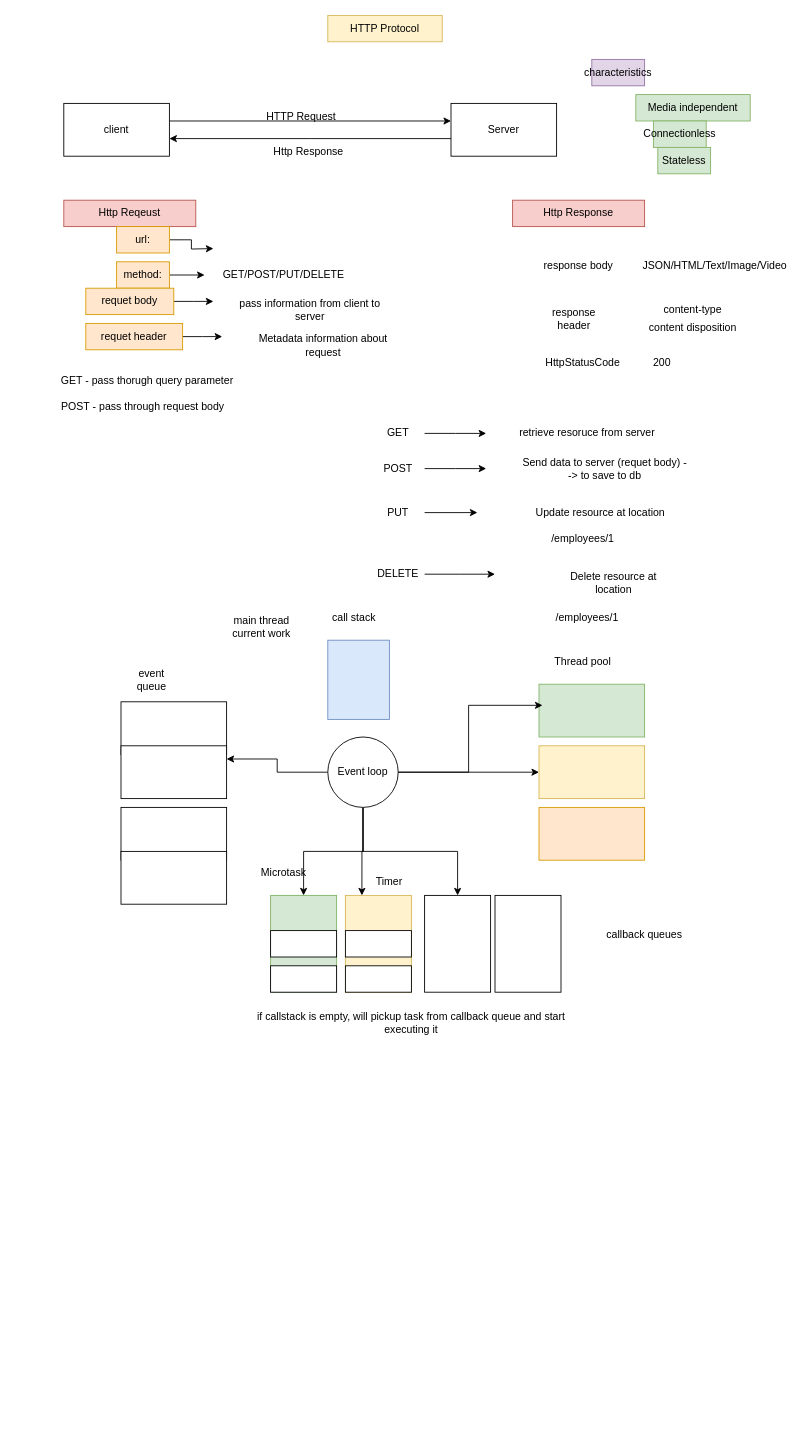
Above: page "Nodejs" (2 of 2) of mongodb_architecture.drawio in dhruvikp/PURDUE_Jan2026 (draw.io), before the change. Source tidied: cells renumbered, new cells numbered last; positions are measured from the earlier drawing's top-left corner, leaving out a move shared by most shapes. Both pictures are drawn from the tidied source at 88%, with x=0, y=0 at pixel (15, 15).
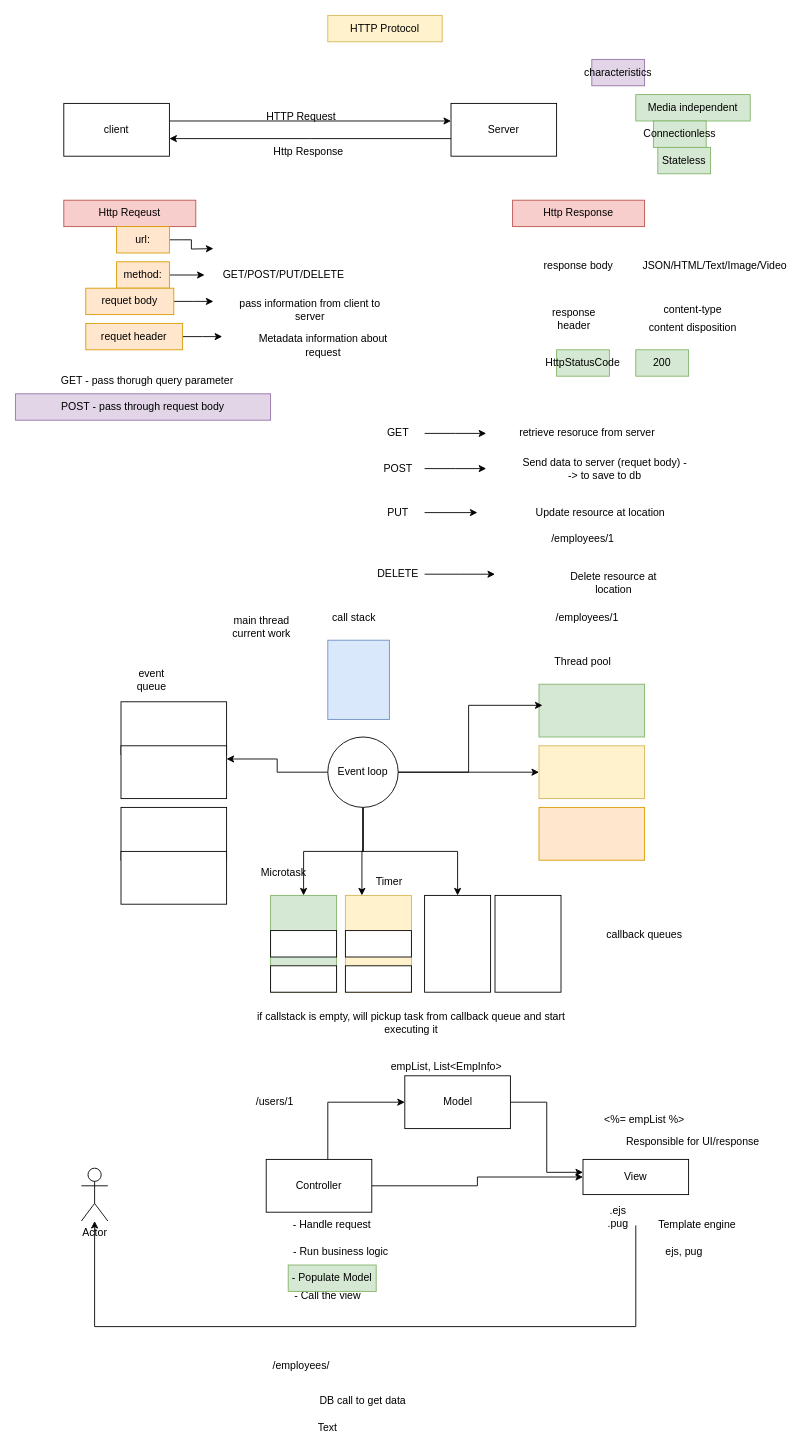
The same diagram, later.

What changed in the source:
```diff
@@
-    <mxCell id="19" value="POST - pass through request body" style="text;html=1;whiteSpace=wrap;strokeColor=none;fillColor=none;align=center;verticalAlign=middle;rounded=0;" parent="1" vertex="1">
+    <mxCell id="19" value="POST - pass through request body" style="text;html=1;whiteSpace=wrap;strokeColor=#9673a6;fillColor=#e1d5e7;align=center;verticalAlign=middle;rounded=0;" parent="1" vertex="1">
       <mxGeometry y="430" width="290" height="30" as="geometry" />
     </mxCell>
@@
-    <mxCell id="48" value="HttpStatusCode" style="text;html=1;whiteSpace=wrap;strokeColor=none;fillColor=none;align=center;verticalAlign=middle;rounded=0;" parent="1" vertex="1">
+    <mxCell id="48" value="HttpStatusCode" style="text;html=1;whiteSpace=wrap;strokeColor=#82b366;fillColor=#d5e8d4;align=center;verticalAlign=middle;rounded=0;" parent="1" vertex="1">
       <mxGeometry x="615" y="380" width="60" height="30" as="geometry" />
     </mxCell>
-    <mxCell id="49" value="200" style="text;html=1;whiteSpace=wrap;strokeColor=none;fillColor=none;align=center;verticalAlign=middle;rounded=0;" parent="1" vertex="1">
+    <mxCell id="49" value="200" style="text;html=1;whiteSpace=wrap;strokeColor=#82b366;fillColor=#d5e8d4;align=center;verticalAlign=middle;rounded=0;" parent="1" vertex="1">
       <mxGeometry x="705" y="380" width="60" height="30" as="geometry" />
     </mxCell>
@@
+    <mxCell id="81" value="Actor" style="shape=umlActor;verticalLabelPosition=bottom;verticalAlign=top;html=1;outlineConnect=0;" parent="1" vertex="1">
+      <mxGeometry x="75" y="1310" width="30" height="60" as="geometry" />
+    </mxCell>
+    <mxCell id="82" style="edgeStyle=orthogonalEdgeStyle;rounded=0;jettySize=auto;html=1;entryX=0;entryY=0.5;entryDx=0;entryDy=0;" parent="1" edge="1" source="84" target="89">
+      <mxGeometry relative="1" as="geometry" />
+    </mxCell>
+    <mxCell id="83" style="edgeStyle=orthogonalEdgeStyle;rounded=0;jettySize=auto;html=1;entryX=0;entryY=0.5;entryDx=0;entryDy=0;" parent="1" edge="1" source="84" target="93">
+      <mxGeometry relative="1" as="geometry">
+        <Array as="points">
+          <mxPoint x="355" y="1235" />
+        </Array>
+      </mxGeometry>
+    </mxCell>
+    <mxCell id="84" value="Controller" style="rounded=0;whiteSpace=wrap;html=1;" parent="1" vertex="1">
+      <mxGeometry x="285" y="1300" width="120" height="60" as="geometry" />
+    </mxCell>
+    <mxCell id="85" value="- Handle request" style="text;html=1;whiteSpace=wrap;strokeColor=none;fillColor=none;align=center;verticalAlign=middle;rounded=0;" parent="1" vertex="1">
+      <mxGeometry x="305" y="1360" width="110" height="30" as="geometry" />
+    </mxCell>
+    <mxCell id="86" value="/users/1" style="text;html=1;whiteSpace=wrap;strokeColor=none;fillColor=none;align=center;verticalAlign=middle;rounded=0;" parent="1" vertex="1">
+      <mxGeometry x="265" y="1220" width="60" height="30" as="geometry" />
+    </mxCell>
+    <mxCell id="87" value="- Run business logic" style="text;html=1;whiteSpace=wrap;strokeColor=none;fillColor=none;align=center;verticalAlign=middle;rounded=0;" parent="1" vertex="1">
+      <mxGeometry x="310" y="1390" width="120" height="30" as="geometry" />
+    </mxCell>
+    <mxCell id="88" value="- Call the view" style="text;html=1;whiteSpace=wrap;strokeColor=none;fillColor=none;align=center;verticalAlign=middle;rounded=0;" parent="1" vertex="1">
+      <mxGeometry x="305" y="1440" width="100" height="30" as="geometry" />
+    </mxCell>
+    <mxCell id="89" value="View" style="rounded=0;whiteSpace=wrap;html=1;" parent="1" vertex="1">
+      <mxGeometry x="645" y="1300" width="120" height="40" as="geometry" />
+    </mxCell>
+    <mxCell id="90" style="edgeStyle=orthogonalEdgeStyle;rounded=0;jettySize=auto;html=1;exitX=0;exitY=0.5;exitDx=0;exitDy=0;" parent="1" edge="1" source="91" target="81">
+      <mxGeometry relative="1" as="geometry">
+        <Array as="points">
+          <mxPoint x="705" y="1490" />
+          <mxPoint x="90" y="1490" />
+        </Array>
+      </mxGeometry>
+    </mxCell>
+    <mxCell id="91" value="Template engine" style="text;html=1;whiteSpace=wrap;strokeColor=none;fillColor=none;align=center;verticalAlign=middle;rounded=0;" parent="1" vertex="1">
+      <mxGeometry x="705" y="1360" width="140" height="30" as="geometry" />
+    </mxCell>
+    <mxCell id="92" value="ejs, pug" style="text;html=1;whiteSpace=wrap;strokeColor=none;fillColor=none;align=center;verticalAlign=middle;rounded=0;" parent="1" vertex="1">
+      <mxGeometry x="730" y="1390" width="60" height="30" as="geometry" />
+    </mxCell>
+    <mxCell id="93" value="Model" style="rounded=0;whiteSpace=wrap;html=1;" parent="1" vertex="1">
+      <mxGeometry x="442.5" y="1205" width="120" height="60" as="geometry" />
+    </mxCell>
+    <mxCell id="94" value="- Populate Model" style="text;html=1;whiteSpace=wrap;strokeColor=#82b366;fillColor=#d5e8d4;align=center;verticalAlign=middle;rounded=0;" parent="1" vertex="1">
+      <mxGeometry x="310" y="1420" width="100" height="30" as="geometry" />
+    </mxCell>
+    <mxCell id="95" style="edgeStyle=orthogonalEdgeStyle;rounded=0;jettySize=auto;html=1;entryX=0;entryY=0.367;entryDx=0;entryDy=0;entryPerimeter=0;" parent="1" edge="1" source="93" target="89">
+      <mxGeometry relative="1" as="geometry" />
+    </mxCell>
+    <mxCell id="96" value="Responsible for UI/response" style="text;html=1;whiteSpace=wrap;strokeColor=none;fillColor=none;align=center;verticalAlign=middle;rounded=0;" parent="1" vertex="1">
+      <mxGeometry x="685" y="1265" width="170" height="30" as="geometry" />
+    </mxCell>
+    <mxCell id="97" value="/employees/" style="text;html=1;whiteSpace=wrap;strokeColor=none;fillColor=none;align=center;verticalAlign=middle;rounded=0;" parent="1" vertex="1">
+      <mxGeometry x="295" y="1520" width="60" height="30" as="geometry" />
+    </mxCell>
+    <mxCell id="98" value="DB call to get data" style="text;html=1;whiteSpace=wrap;strokeColor=none;fillColor=none;align=center;verticalAlign=middle;rounded=0;" parent="1" vertex="1">
+      <mxGeometry x="335" y="1560" width="120" height="30" as="geometry" />
+    </mxCell>
+    <mxCell id="99" value=".ejs&lt;div&gt;.pug&lt;/div&gt;" style="text;html=1;whiteSpace=wrap;strokeColor=none;fillColor=none;align=center;verticalAlign=middle;rounded=0;" parent="1" vertex="1">
+      <mxGeometry x="655" y="1350" width="60" height="30" as="geometry" />
+    </mxCell>
+    <mxCell id="100" value="Text" style="text;html=1;whiteSpace=wrap;strokeColor=none;fillColor=none;align=center;verticalAlign=middle;rounded=0;" parent="1" vertex="1">
+      <mxGeometry x="325" y="1590" width="60" height="30" as="geometry" />
+    </mxCell>
+    <mxCell id="101" value="empList, List&amp;lt;EmpInfo&amp;gt;" style="text;html=1;whiteSpace=wrap;strokeColor=none;fillColor=none;align=center;verticalAlign=middle;rounded=0;" parent="1" vertex="1">
+      <mxGeometry x="405" y="1180" width="170" height="30" as="geometry" />
+    </mxCell>
+    <mxCell id="102" value="&amp;lt;%= empList %&amp;gt;" style="text;html=1;whiteSpace=wrap;strokeColor=none;fillColor=none;align=center;verticalAlign=middle;rounded=0;" parent="1" vertex="1">
+      <mxGeometry x="645" y="1240" width="140" height="30" as="geometry" />
+    </mxCell>
```
